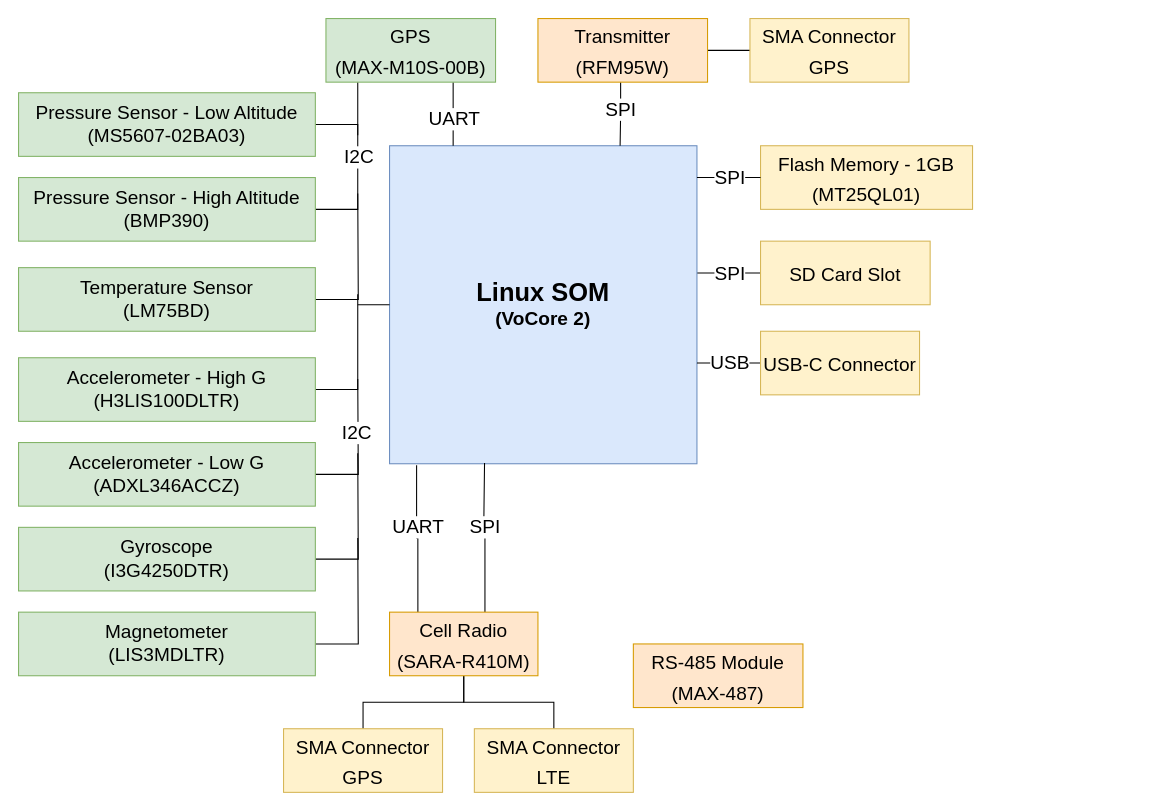
DanteSivo/FLETCHER-V3.0 keeps this draw.io diagram as Functional-Block-Diagram.drawio. Above is the earlier version. Source tidied: cells renumbered, new cells numbered last; positions are measured from the earlier drawing's top-left corner, leaving out a move shared by most shapes. Both pictures are drawn from the tidied source at 106%, with x=0, y=0 at pixel (18, 18).
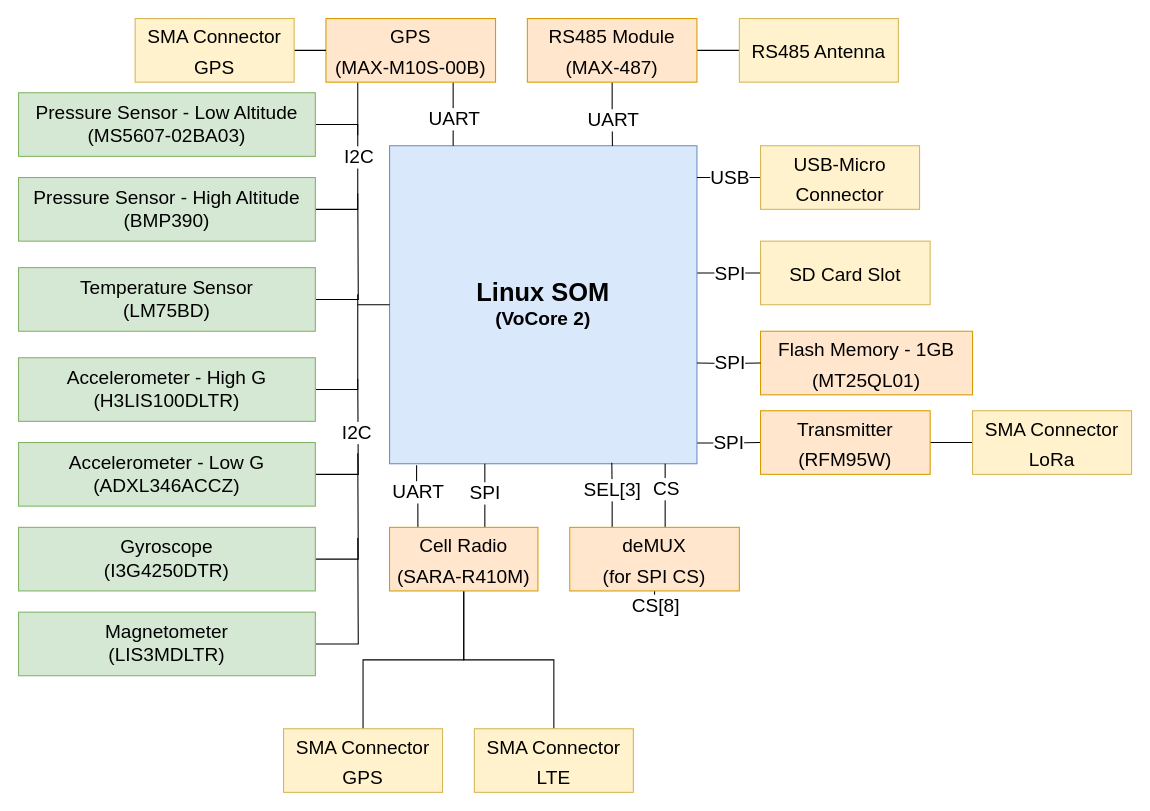
The same page after the edit.

Unchanged cells that the change refers to:
```xml
<mxCell id="4" value="&lt;b&gt;&lt;font style=&quot;&quot;&gt;&lt;span style=&quot;font-size: 24px;&quot;&gt;Linux SOM&lt;/span&gt;&lt;br&gt;&lt;font style=&quot;font-size: 18px;&quot;&gt;(VoCore 2)&lt;/font&gt;&lt;br&gt;&lt;/font&gt;&lt;/b&gt;" style="rounded=0;whiteSpace=wrap;html=1;fillColor=#dae8fc;strokeColor=#6c8ebf;" parent="1" vertex="1">
  <mxGeometry x="350" y="120" width="290" height="300" as="geometry" />
</mxCell>
<mxCell id="39" style="edgeStyle=orthogonalEdgeStyle;rounded=0;orthogonalLoop=1;jettySize=auto;html=1;fontSize=18;endArrow=none;endFill=0;" parent="1" edge="1">
  <mxGeometry relative="1" as="geometry">
    <mxPoint x="640" y="150" as="sourcePoint" />
    <mxPoint x="700" y="150" as="targetPoint" />
    <Array as="points">
      <mxPoint x="660" y="150" />
      <mxPoint x="660" y="150" />
    </Array>
  </mxGeometry>
</mxCell>
```

Diff of the diagram source:
```diff
@@
+    <mxCell id="47" style="edgeStyle=orthogonalEdgeStyle;rounded=0;jettySize=auto;html=1;fontSize=18;endArrow=none;endFill=0;exitX=1;exitY=0.935;exitDx=0;exitDy=0;exitPerimeter=0;" parent="1" edge="1" source="4" target="15">
+      <mxGeometry relative="1" as="geometry" />
+    </mxCell>
+    <mxCell id="48" value="SPI" style="edgeLabel;html=1;align=center;verticalAlign=middle;fontSize=18;" parent="47" vertex="1">
+      <mxGeometry x="-0.16" y="1" relative="1" as="geometry">
+        <mxPoint x="4" y="1" as="offset" />
+      </mxGeometry>
+    </mxCell>
@@
-    <mxCell id="11" value="&lt;font style=&quot;font-size: 18px;&quot;&gt;GPS&lt;br&gt;(MAX-M10S-00B)&lt;br&gt;&lt;/font&gt;" style="rounded=0;whiteSpace=wrap;html=1;fontSize=24;fillColor=#d5e8d4;strokeColor=#82b366;" parent="1" vertex="1">
+    <mxCell id="11" value="&lt;font style=&quot;font-size: 18px;&quot;&gt;GPS&lt;br&gt;(MAX-M10S-00B)&lt;br&gt;&lt;/font&gt;" style="rounded=0;whiteSpace=wrap;html=1;fontSize=24;fillColor=#ffe6cc;strokeColor=#d79b00;" parent="1" vertex="1">
       <mxGeometry x="290" width="160" height="60" as="geometry" />
     </mxCell>
-    <mxCell id="12" style="edgeStyle=orthogonalEdgeStyle;rounded=0;jettySize=auto;html=1;entryX=0.75;entryY=0;entryDx=0;entryDy=0;fontSize=18;endArrow=none;endFill=0;" parent="1" edge="1" source="15" target="4">
-      <mxGeometry relative="1" as="geometry">
-        <Array as="points">
-          <mxPoint x="568" y="90" />
-          <mxPoint x="568" y="90" />
-        </Array>
-      </mxGeometry>
-    </mxCell>
-    <mxCell id="13" value="SPI" style="edgeLabel;html=1;align=center;verticalAlign=middle;fontSize=18;" parent="12" vertex="1">
-      <mxGeometry x="-0.17" y="-1" relative="1" as="geometry" />
-    </mxCell>
-    <mxCell id="14" style="edgeStyle=orthogonalEdgeStyle;rounded=0;jettySize=auto;html=1;entryX=0;entryY=0.5;entryDx=0;entryDy=0;fontSize=18;endArrow=none;endFill=0;" parent="1" edge="1" source="15" target="43">
-      <mxGeometry relative="1" as="geometry" />
+    <mxCell id="14" style="edgeStyle=orthogonalEdgeStyle;rounded=0;jettySize=auto;html=1;entryX=0;entryY=0.5;entryDx=0;entryDy=0;fontSize=18;endArrow=none;endFill=0;" parent="1" edge="1" source="15">
+      <mxGeometry relative="1" as="geometry">
+        <mxPoint x="900" y="400" as="targetPoint" />
+      </mxGeometry>
     </mxCell>
     <mxCell id="15" value="&lt;font style=&quot;font-size: 18px;&quot;&gt;Transmitter&lt;br&gt;(RFM95W)&lt;br&gt;&lt;/font&gt;" style="rounded=0;whiteSpace=wrap;html=1;fontSize=24;fillColor=#ffe6cc;strokeColor=#d79b00;" parent="1" vertex="1">
-      <mxGeometry x="490" width="160" height="60" as="geometry" />
+      <mxGeometry x="700" y="370" width="160" height="60" as="geometry" />
     </mxCell>
@@
-    <mxCell id="21" value="&lt;span style=&quot;font-size: 18px;&quot;&gt;Flash Memory - 1GB&lt;br&gt;(MT25QL01)&lt;br&gt;&lt;/span&gt;" style="rounded=0;whiteSpace=wrap;html=1;fontSize=24;fillColor=#fff2cc;strokeColor=#d6b656;" parent="1" vertex="1">
-      <mxGeometry x="700" y="120" width="200" height="60" as="geometry" />
+    <mxCell id="21" value="&lt;span style=&quot;font-size: 18px;&quot;&gt;Flash Memory - 1GB&lt;br&gt;(MT25QL01)&lt;br&gt;&lt;/span&gt;" style="rounded=0;whiteSpace=wrap;html=1;fontSize=24;fillColor=#ffe6cc;strokeColor=#d79b00;" parent="1" vertex="1">
+      <mxGeometry x="700" y="295" width="200" height="60" as="geometry" />
     </mxCell>
@@
+    <mxCell id="49" style="edgeStyle=orthogonalEdgeStyle;rounded=0;jettySize=auto;html=1;entryX=0.725;entryY=0.001;entryDx=0;entryDy=0;entryPerimeter=0;fontSize=18;endArrow=none;endFill=0;" parent="1" edge="1" source="26" target="4">
+      <mxGeometry relative="1" as="geometry" />
+    </mxCell>
+    <mxCell id="50" value="UART" style="edgeLabel;html=1;align=center;verticalAlign=middle;fontSize=18;" parent="49" vertex="1">
+      <mxGeometry x="0.19" relative="1" as="geometry" />
+    </mxCell>
+    <mxCell id="51" style="edgeStyle=orthogonalEdgeStyle;rounded=0;jettySize=auto;html=1;fontSize=18;endArrow=none;endFill=0;" parent="1" edge="1" source="26">
+      <mxGeometry relative="1" as="geometry">
+        <mxPoint x="680" y="30" as="targetPoint" />
+      </mxGeometry>
+    </mxCell>
-    <mxCell id="26" value="&lt;font style=&quot;font-size: 18px;&quot;&gt;RS-485 Module&lt;br&gt;(MAX-487)&lt;br&gt;&lt;/font&gt;" style="rounded=0;whiteSpace=wrap;html=1;fontSize=24;fillColor=#ffe6cc;strokeColor=#d79b00;" parent="1" vertex="1">
-      <mxGeometry x="580" y="590" width="160" height="60" as="geometry" />
+    <mxCell id="26" value="&lt;font style=&quot;font-size: 18px;&quot;&gt;RS485 Module&lt;br&gt;(MAX-487)&lt;br&gt;&lt;/font&gt;" style="rounded=0;whiteSpace=wrap;html=1;fontSize=24;fillColor=#ffe6cc;strokeColor=#d79b00;" parent="1" vertex="1">
+      <mxGeometry x="480" width="160" height="60" as="geometry" />
     </mxCell>
@@
-    <mxCell id="33" style="edgeStyle=orthogonalEdgeStyle;rounded=0;jettySize=auto;html=1;fontSize=18;endArrow=none;endFill=0;entryX=0.309;entryY=0.998;entryDx=0;entryDy=0;entryPerimeter=0;" parent="1" edge="1" source="37" target="4">
-      <mxGeometry relative="1" as="geometry">
-        <Array as="points">
-          <mxPoint x="440" y="472" />
-          <mxPoint x="439" y="472" />
-          <mxPoint x="439" y="470" />
-        </Array>
-      </mxGeometry>
-    </mxCell>
-    <mxCell id="34" value="SPI" style="edgeLabel;html=1;align=center;verticalAlign=middle;fontSize=18;" parent="33" vertex="1">
-      <mxGeometry x="0.25" relative="1" as="geometry">
-        <mxPoint y="7" as="offset" />
-      </mxGeometry>
-    </mxCell>
@@
+    <mxCell id="33" style="edgeStyle=orthogonalEdgeStyle;rounded=0;jettySize=auto;html=1;entryX=0.31;entryY=1;entryDx=0;entryDy=0;entryPerimeter=0;fontSize=18;endArrow=none;endFill=0;" parent="1" edge="1" source="37" target="4">
+      <mxGeometry relative="1" as="geometry">
+        <Array as="points">
+          <mxPoint x="440" y="450" />
+        </Array>
+      </mxGeometry>
+    </mxCell>
+    <mxCell id="52" value="SPI" style="edgeLabel;html=1;align=center;verticalAlign=middle;fontSize=18;" parent="33" vertex="1">
+      <mxGeometry x="0.11" relative="1" as="geometry" />
+    </mxCell>
     <mxCell id="37" value="&lt;font style=&quot;font-size: 18px;&quot;&gt;Cell Radio&lt;br&gt;(SARA-R410M)&lt;br&gt;&lt;/font&gt;" style="rounded=0;whiteSpace=wrap;html=1;fontSize=24;fillColor=#ffe6cc;strokeColor=#d79b00;" parent="1" vertex="1">
-      <mxGeometry x="350" y="560" width="140" height="60" as="geometry" />
+      <mxGeometry x="350" y="480" width="140" height="60" as="geometry" />
     </mxCell>
@@
-    <mxCell id="40" value="SPI" style="edgeLabel;html=1;align=center;verticalAlign=middle;fontSize=18;" parent="39" vertex="1">
+    <mxCell id="40" value="USB" style="edgeLabel;html=1;align=center;verticalAlign=middle;fontSize=18;" parent="39" vertex="1">
       <mxGeometry x="-0.2" relative="1" as="geometry">
         <mxPoint x="6" as="offset" />
       </mxGeometry>
     </mxCell>
@@
-    <mxCell id="43" value="&lt;font style=&quot;font-size: 18px;&quot;&gt;SMA Connector GPS&lt;/font&gt;" style="rounded=0;whiteSpace=wrap;html=1;fontSize=24;fillColor=#fff2cc;strokeColor=#d6b656;" parent="1" vertex="1">
-      <mxGeometry x="690" width="150" height="60" as="geometry" />
+    <mxCell id="43" value="&lt;span style=&quot;font-size: 18px;&quot;&gt;SMA Connector LoRa&lt;/span&gt;" style="rounded=0;whiteSpace=wrap;html=1;fontSize=24;fillColor=#fff2cc;strokeColor=#d6b656;" parent="1" vertex="1">
+      <mxGeometry x="900" y="370" width="150" height="60" as="geometry" />
     </mxCell>
-    <mxCell id="44" style="edgeStyle=orthogonalEdgeStyle;rounded=0;jettySize=auto;html=1;entryX=1;entryY=0.683;entryDx=0;entryDy=0;entryPerimeter=0;fontSize=18;endArrow=none;endFill=0;" parent="1" edge="1" source="46" target="4">
-      <mxGeometry relative="1" as="geometry" />
+    <mxCell id="44" style="edgeStyle=orthogonalEdgeStyle;rounded=0;jettySize=auto;html=1;entryX=1;entryY=0.683;entryDx=0;entryDy=0;entryPerimeter=0;fontSize=18;endArrow=none;endFill=0;" parent="1" edge="1" target="4">
+      <mxGeometry relative="1" as="geometry">
+        <mxPoint x="700" y="325" as="sourcePoint" />
+      </mxGeometry>
     </mxCell>
-    <mxCell id="45" value="USB" style="edgeLabel;html=1;align=center;verticalAlign=middle;fontSize=18;" parent="44" vertex="1">
+    <mxCell id="45" value="SPI" style="edgeLabel;html=1;align=center;verticalAlign=middle;fontSize=18;" parent="44" vertex="1">
       <mxGeometry x="0.19" y="-2" relative="1" as="geometry">
         <mxPoint x="6" y="2" as="offset" />
       </mxGeometry>
     </mxCell>
-    <mxCell id="46" value="&lt;font style=&quot;font-size: 18px;&quot;&gt;USB-C Connector&lt;/font&gt;" style="rounded=0;whiteSpace=wrap;html=1;fontSize=24;fillColor=#fff2cc;strokeColor=#d6b656;" parent="1" vertex="1">
-      <mxGeometry x="700" y="295" width="150" height="60" as="geometry" />
-    </mxCell>
+    <mxCell id="53" style="edgeStyle=orthogonalEdgeStyle;rounded=0;jettySize=auto;html=1;endArrow=none;endFill=0;" parent="1" edge="1" source="59">
+      <mxGeometry relative="1" as="geometry">
+        <mxPoint x="600" y="550" as="targetPoint" />
+      </mxGeometry>
+    </mxCell>
+    <mxCell id="54" value="CS[8]" style="edgeLabel;html=1;align=center;verticalAlign=middle;fontSize=18;" parent="53" vertex="1">
+      <mxGeometry x="-0.3" relative="1" as="geometry">
+        <mxPoint y="2" as="offset" />
+      </mxGeometry>
+    </mxCell>
+    <mxCell id="55" style="edgeStyle=orthogonalEdgeStyle;rounded=0;jettySize=auto;html=1;entryX=0.723;entryY=0.997;entryDx=0;entryDy=0;entryPerimeter=0;fontSize=18;endArrow=none;endFill=0;" parent="1" edge="1" source="59" target="4">
+      <mxGeometry relative="1" as="geometry">
+        <Array as="points">
+          <mxPoint x="560" y="445" />
+          <mxPoint x="560" y="445" />
+        </Array>
+      </mxGeometry>
+    </mxCell>
+    <mxCell id="56" value="SEL[3]" style="edgeLabel;html=1;align=center;verticalAlign=middle;fontSize=18;" parent="55" vertex="1">
+      <mxGeometry x="0.14" y="-1" relative="1" as="geometry">
+        <mxPoint x="-1" as="offset" />
+      </mxGeometry>
+    </mxCell>
+    <mxCell id="57" style="edgeStyle=orthogonalEdgeStyle;rounded=0;jettySize=auto;html=1;fontSize=18;endArrow=none;endFill=0;" parent="1" edge="1" source="59">
+      <mxGeometry relative="1" as="geometry">
+        <mxPoint x="610" y="420" as="targetPoint" />
+        <Array as="points">
+          <mxPoint x="610" y="420" />
+        </Array>
+      </mxGeometry>
+    </mxCell>
+    <mxCell id="58" value="CS" style="edgeLabel;html=1;align=center;verticalAlign=middle;fontSize=18;" parent="57" vertex="1">
+      <mxGeometry x="0.22" relative="1" as="geometry" />
+    </mxCell>
+    <mxCell id="59" value="&lt;font style=&quot;font-size: 18px;&quot;&gt;deMUX &lt;br&gt;(for SPI CS)&lt;br&gt;&lt;/font&gt;" style="rounded=0;whiteSpace=wrap;html=1;fontSize=24;fillColor=#ffe6cc;strokeColor=#d79b00;" parent="1" vertex="1">
+      <mxGeometry x="520" y="480" width="160" height="60" as="geometry" />
+    </mxCell>
+    <mxCell id="60" value="&lt;font style=&quot;font-size: 18px;&quot;&gt;USB-Micro Connector&lt;/font&gt;" style="rounded=0;whiteSpace=wrap;html=1;fontSize=24;fillColor=#fff2cc;strokeColor=#d6b656;" parent="1" vertex="1">
+      <mxGeometry x="700" y="120" width="150" height="60" as="geometry" />
+    </mxCell>
+    <mxCell id="61" value="&lt;font style=&quot;font-size: 18px;&quot;&gt;RS485 Antenna&lt;/font&gt;" style="rounded=0;whiteSpace=wrap;html=1;fontSize=24;fillColor=#fff2cc;strokeColor=#d6b656;" parent="1" vertex="1">
+      <mxGeometry x="680" width="150" height="60" as="geometry" />
+    </mxCell>
+    <mxCell id="62" style="edgeStyle=orthogonalEdgeStyle;rounded=0;jettySize=auto;html=1;entryX=0;entryY=0.5;entryDx=0;entryDy=0;endArrow=none;endFill=0;" parent="1" edge="1" source="63" target="11">
+      <mxGeometry relative="1" as="geometry" />
+    </mxCell>
+    <mxCell id="63" value="&lt;font style=&quot;font-size: 18px;&quot;&gt;SMA Connector GPS&lt;/font&gt;" style="rounded=0;whiteSpace=wrap;html=1;fontSize=24;fillColor=#fff2cc;strokeColor=#d6b656;" parent="1" vertex="1">
+      <mxGeometry x="110" width="150" height="60" as="geometry" />
+    </mxCell>
```
